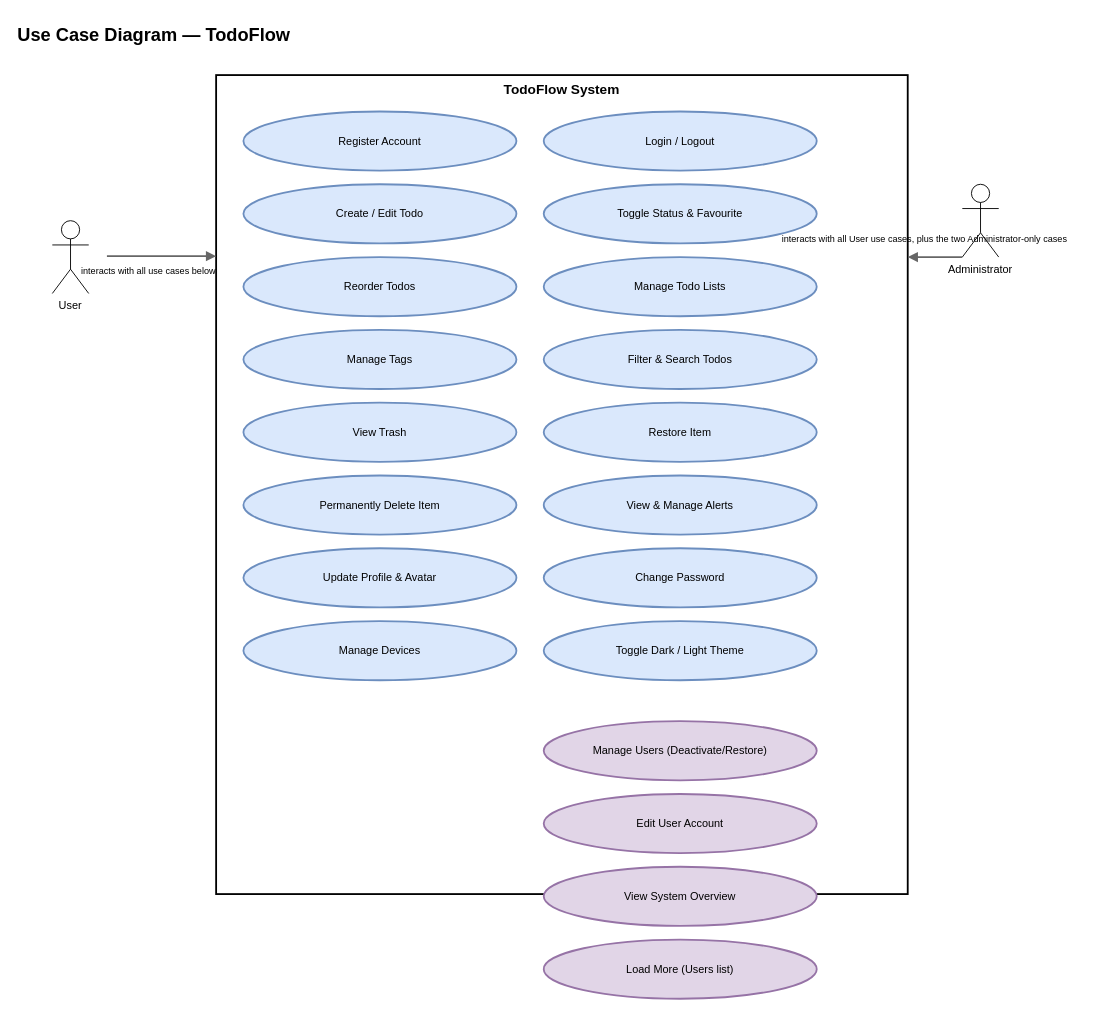
This is ProjectDocs/drawio/fig_3_4_use_case.drawio from Wuninsu/my-todo, a draw.io file, before an edit. Source tidied: cells renumbered, new cells numbered last; positions are measured from the earlier drawing's top-left corner, leaving out a move shared by most shapes. Both pictures are drawn from the tidied source at 91%, with x=0, y=0 at pixel (15, 15).
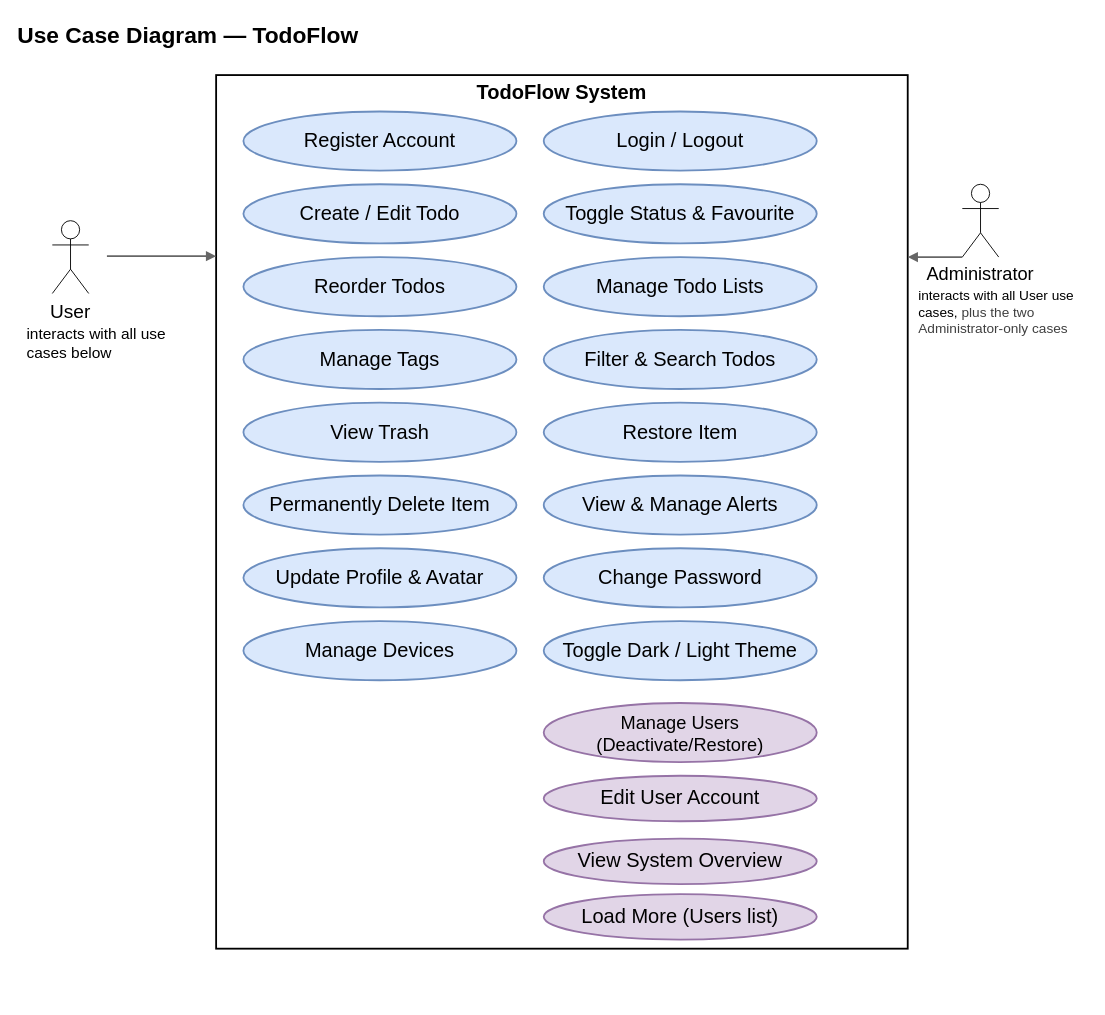
The same diagram, later.

What changed in the source:
```diff
@@
-    <mxCell id="2" value="Use Case Diagram — TodoFlow" style="text;html=1;align=left;verticalAlign=middle;fontSize=20;fontStyle=1;" parent="1" vertex="1">
+    <mxCell id="2" value="Use Case Diagram — TodoFlow" style="text;html=1;align=left;verticalAlign=middle;fontSize=25;fontStyle=1;" parent="1" vertex="1">
       <mxGeometry width="900" height="40" as="geometry" />
     </mxCell>
-    <mxCell id="3" value="TodoFlow System" style="rounded=0;whiteSpace=wrap;html=1;fillColor=none;strokeColor=#000000;verticalAlign=top;align=center;fontSize=15;strokeWidth=2;fontStyle=1;" parent="1" vertex="1">
-      <mxGeometry x="220" y="65" width="760" height="900" as="geometry" />
+    <mxCell id="3" value="&lt;font style=&quot;font-size: 22px;&quot;&gt;TodoFlow System&lt;/font&gt;" style="rounded=0;whiteSpace=wrap;html=1;fillColor=none;strokeColor=#000000;verticalAlign=top;align=center;fontSize=15;strokeWidth=2;fontStyle=1;" parent="1" vertex="1">
+      <mxGeometry x="220" y="65" width="760" height="960" as="geometry" />
     </mxCell>
-    <mxCell id="4" value="User" style="shape=umlActor;whiteSpace=wrap;html=1;fillColor=none;strokeColor=#000000;fontSize=12;verticalLabelPosition=bottom;verticalAlign=top;" parent="1" vertex="1">
+    <mxCell id="4" value="User" style="shape=umlActor;whiteSpace=wrap;html=1;fillColor=none;strokeColor=#000000;fontSize=21;verticalLabelPosition=bottom;verticalAlign=top;" parent="1" vertex="1">
       <mxGeometry x="40" y="225" width="40" height="80" as="geometry" />
     </mxCell>
-    <mxCell id="5" value="Administrator" style="shape=umlActor;whiteSpace=wrap;html=1;fillColor=none;strokeColor=#000000;fontSize=12;verticalLabelPosition=bottom;verticalAlign=top;" parent="1" vertex="1">
+    <mxCell id="5" value="Administrator" style="shape=umlActor;whiteSpace=wrap;html=1;fillColor=none;strokeColor=#000000;fontSize=20;verticalLabelPosition=bottom;verticalAlign=top;" parent="1" vertex="1">
       <mxGeometry x="1040" y="185" width="40" height="80" as="geometry" />
     </mxCell>
-    <mxCell id="6" value="Register Account" style="ellipse;whiteSpace=wrap;html=1;fillColor=#dae8fc;strokeColor=#6c8ebf;fontSize=12;strokeWidth=2;" parent="1" vertex="1">
+    <mxCell id="6" value="Register Account" style="ellipse;whiteSpace=wrap;html=1;fillColor=#dae8fc;strokeColor=#6c8ebf;fontSize=22;strokeWidth=2;" parent="1" vertex="1">
       <mxGeometry x="250" y="105" width="300" height="65" as="geometry" />
     </mxCell>
-    <mxCell id="7" value="Login / Logout" style="ellipse;whiteSpace=wrap;html=1;fillColor=#dae8fc;strokeColor=#6c8ebf;fontSize=12;strokeWidth=2;" parent="1" vertex="1">
+    <mxCell id="7" value="Login / Logout" style="ellipse;whiteSpace=wrap;html=1;fillColor=#dae8fc;strokeColor=#6c8ebf;fontSize=22;strokeWidth=2;" parent="1" vertex="1">
       <mxGeometry x="580" y="105" width="300" height="65" as="geometry" />
     </mxCell>
-    <mxCell id="8" value="Create / Edit Todo" style="ellipse;whiteSpace=wrap;html=1;fillColor=#dae8fc;strokeColor=#6c8ebf;fontSize=12;strokeWidth=2;" parent="1" vertex="1">
+    <mxCell id="8" value="Create / Edit Todo" style="ellipse;whiteSpace=wrap;html=1;fillColor=#dae8fc;strokeColor=#6c8ebf;fontSize=22;strokeWidth=2;" parent="1" vertex="1">
       <mxGeometry x="250" y="185" width="300" height="65" as="geometry" />
     </mxCell>
-    <mxCell id="9" value="Toggle Status &amp; Favourite" style="ellipse;whiteSpace=wrap;html=1;fillColor=#dae8fc;strokeColor=#6c8ebf;fontSize=12;strokeWidth=2;" parent="1" vertex="1">
+    <mxCell id="9" value="Toggle Status &amp;amp; Favourite" style="ellipse;whiteSpace=wrap;html=1;fillColor=#dae8fc;strokeColor=#6c8ebf;fontSize=22;strokeWidth=2;" parent="1" vertex="1">
       <mxGeometry x="580" y="185" width="300" height="65" as="geometry" />
     </mxCell>
-    <mxCell id="10" value="Reorder Todos" style="ellipse;whiteSpace=wrap;html=1;fillColor=#dae8fc;strokeColor=#6c8ebf;fontSize=12;strokeWidth=2;" parent="1" vertex="1">
+    <mxCell id="10" value="Reorder Todos" style="ellipse;whiteSpace=wrap;html=1;fillColor=#dae8fc;strokeColor=#6c8ebf;fontSize=22;strokeWidth=2;" parent="1" vertex="1">
       <mxGeometry x="250" y="265" width="300" height="65" as="geometry" />
     </mxCell>
-    <mxCell id="11" value="Manage Todo Lists" style="ellipse;whiteSpace=wrap;html=1;fillColor=#dae8fc;strokeColor=#6c8ebf;fontSize=12;strokeWidth=2;" parent="1" vertex="1">
+    <mxCell id="11" value="Manage Todo Lists" style="ellipse;whiteSpace=wrap;html=1;fillColor=#dae8fc;strokeColor=#6c8ebf;fontSize=22;strokeWidth=2;" parent="1" vertex="1">
       <mxGeometry x="580" y="265" width="300" height="65" as="geometry" />
     </mxCell>
-    <mxCell id="12" value="Manage Tags" style="ellipse;whiteSpace=wrap;html=1;fillColor=#dae8fc;strokeColor=#6c8ebf;fontSize=12;strokeWidth=2;" parent="1" vertex="1">
+    <mxCell id="12" value="Manage Tags" style="ellipse;whiteSpace=wrap;html=1;fillColor=#dae8fc;strokeColor=#6c8ebf;fontSize=22;strokeWidth=2;" parent="1" vertex="1">
       <mxGeometry x="250" y="345" width="300" height="65" as="geometry" />
     </mxCell>
-    <mxCell id="13" value="Filter &amp; Search Todos" style="ellipse;whiteSpace=wrap;html=1;fillColor=#dae8fc;strokeColor=#6c8ebf;fontSize=12;strokeWidth=2;" parent="1" vertex="1">
+    <mxCell id="13" value="Filter &amp;amp; Search Todos" style="ellipse;whiteSpace=wrap;html=1;fillColor=#dae8fc;strokeColor=#6c8ebf;fontSize=22;strokeWidth=2;" parent="1" vertex="1">
       <mxGeometry x="580" y="345" width="300" height="65" as="geometry" />
     </mxCell>
-    <mxCell id="14" value="View Trash" style="ellipse;whiteSpace=wrap;html=1;fillColor=#dae8fc;strokeColor=#6c8ebf;fontSize=12;strokeWidth=2;" parent="1" vertex="1">
+    <mxCell id="14" value="View Trash" style="ellipse;whiteSpace=wrap;html=1;fillColor=#dae8fc;strokeColor=#6c8ebf;fontSize=22;strokeWidth=2;" parent="1" vertex="1">
       <mxGeometry x="250" y="425" width="300" height="65" as="geometry" />
     </mxCell>
-    <mxCell id="15" value="Restore Item" style="ellipse;whiteSpace=wrap;html=1;fillColor=#dae8fc;strokeColor=#6c8ebf;fontSize=12;strokeWidth=2;" parent="1" vertex="1">
+    <mxCell id="15" value="Restore Item" style="ellipse;whiteSpace=wrap;html=1;fillColor=#dae8fc;strokeColor=#6c8ebf;fontSize=22;strokeWidth=2;" parent="1" vertex="1">
       <mxGeometry x="580" y="425" width="300" height="65" as="geometry" />
     </mxCell>
-    <mxCell id="16" value="Permanently Delete Item" style="ellipse;whiteSpace=wrap;html=1;fillColor=#dae8fc;strokeColor=#6c8ebf;fontSize=12;strokeWidth=2;" parent="1" vertex="1">
+    <mxCell id="16" value="Permanently Delete Item" style="ellipse;whiteSpace=wrap;html=1;fillColor=#dae8fc;strokeColor=#6c8ebf;fontSize=22;strokeWidth=2;" parent="1" vertex="1">
       <mxGeometry x="250" y="505" width="300" height="65" as="geometry" />
     </mxCell>
-    <mxCell id="17" value="View &amp; Manage Alerts" style="ellipse;whiteSpace=wrap;html=1;fillColor=#dae8fc;strokeColor=#6c8ebf;fontSize=12;strokeWidth=2;" parent="1" vertex="1">
+    <mxCell id="17" value="View &amp;amp; Manage Alerts" style="ellipse;whiteSpace=wrap;html=1;fillColor=#dae8fc;strokeColor=#6c8ebf;fontSize=22;strokeWidth=2;" parent="1" vertex="1">
       <mxGeometry x="580" y="505" width="300" height="65" as="geometry" />
     </mxCell>
-    <mxCell id="18" value="Update Profile &amp; Avatar" style="ellipse;whiteSpace=wrap;html=1;fillColor=#dae8fc;strokeColor=#6c8ebf;fontSize=12;strokeWidth=2;" parent="1" vertex="1">
+    <mxCell id="18" value="Update Profile &amp;amp; Avatar" style="ellipse;whiteSpace=wrap;html=1;fillColor=#dae8fc;strokeColor=#6c8ebf;fontSize=22;strokeWidth=2;" parent="1" vertex="1">
       <mxGeometry x="250" y="585" width="300" height="65" as="geometry" />
     </mxCell>
-    <mxCell id="19" value="Change Password" style="ellipse;whiteSpace=wrap;html=1;fillColor=#dae8fc;strokeColor=#6c8ebf;fontSize=12;strokeWidth=2;" parent="1" vertex="1">
+    <mxCell id="19" value="Change Password" style="ellipse;whiteSpace=wrap;html=1;fillColor=#dae8fc;strokeColor=#6c8ebf;fontSize=22;strokeWidth=2;" parent="1" vertex="1">
       <mxGeometry x="580" y="585" width="300" height="65" as="geometry" />
     </mxCell>
-    <mxCell id="20" value="Manage Devices" style="ellipse;whiteSpace=wrap;html=1;fillColor=#dae8fc;strokeColor=#6c8ebf;fontSize=12;strokeWidth=2;" parent="1" vertex="1">
+    <mxCell id="20" value="Manage Devices" style="ellipse;whiteSpace=wrap;html=1;fillColor=#dae8fc;strokeColor=#6c8ebf;fontSize=22;strokeWidth=2;" parent="1" vertex="1">
       <mxGeometry x="250" y="665" width="300" height="65" as="geometry" />
     </mxCell>
-    <mxCell id="21" value="Toggle Dark / Light Theme" style="ellipse;whiteSpace=wrap;html=1;fillColor=#dae8fc;strokeColor=#6c8ebf;fontSize=12;strokeWidth=2;" parent="1" vertex="1">
+    <mxCell id="21" value="Toggle Dark / Light Theme" style="ellipse;whiteSpace=wrap;html=1;fillColor=#dae8fc;strokeColor=#6c8ebf;fontSize=22;strokeWidth=2;" parent="1" vertex="1">
       <mxGeometry x="580" y="665" width="300" height="65" as="geometry" />
     </mxCell>
-    <mxCell id="22" value="Manage Users (Deactivate/Restore)" style="ellipse;whiteSpace=wrap;html=1;fillColor=#e1d5e7;strokeColor=#9673a6;fontSize=12;strokeWidth=2;" parent="1" vertex="1">
-      <mxGeometry x="580" y="775" width="300" height="65" as="geometry" />
+    <mxCell id="22" value="Manage Users (Deactivate/Restore)" style="ellipse;whiteSpace=wrap;html=1;fillColor=#e1d5e7;strokeColor=#9673a6;fontSize=20;strokeWidth=2;" parent="1" vertex="1">
+      <mxGeometry x="580" y="755" width="300" height="65" as="geometry" />
     </mxCell>
-    <mxCell id="23" value="Edit User Account" style="ellipse;whiteSpace=wrap;html=1;fillColor=#e1d5e7;strokeColor=#9673a6;fontSize=12;strokeWidth=2;" parent="1" vertex="1">
-      <mxGeometry x="580" y="855" width="300" height="65" as="geometry" />
+    <mxCell id="23" value="Edit User Account" style="ellipse;whiteSpace=wrap;html=1;fillColor=#e1d5e7;strokeColor=#9673a6;fontSize=22;strokeWidth=2;" parent="1" vertex="1">
+      <mxGeometry x="580" y="835" width="300" height="50" as="geometry" />
     </mxCell>
-    <mxCell id="24" value="View System Overview" style="ellipse;whiteSpace=wrap;html=1;fillColor=#e1d5e7;strokeColor=#9673a6;fontSize=12;strokeWidth=2;" parent="1" vertex="1">
-      <mxGeometry x="580" y="935" width="300" height="65" as="geometry" />
+    <mxCell id="24" value="View System Overview" style="ellipse;whiteSpace=wrap;html=1;fillColor=#e1d5e7;strokeColor=#9673a6;fontSize=22;strokeWidth=2;" parent="1" vertex="1">
+      <mxGeometry x="580" y="904" width="300" height="50" as="geometry" />
     </mxCell>
-    <mxCell id="25" value="Load More (Users list)" style="ellipse;whiteSpace=wrap;html=1;fillColor=#e1d5e7;strokeColor=#9673a6;fontSize=12;strokeWidth=2;" parent="1" vertex="1">
-      <mxGeometry x="580" y="1015" width="300" height="65" as="geometry" />
+    <mxCell id="25" value="Load More (Users list)" style="ellipse;whiteSpace=wrap;html=1;fillColor=#e1d5e7;strokeColor=#9673a6;fontSize=22;strokeWidth=2;" parent="1" vertex="1">
+      <mxGeometry x="580" y="965" width="300" height="50" as="geometry" />
     </mxCell>
@@
-    <mxCell id="28" value="interacts with all use cases below" style="text;html=1;align=left;verticalAlign=middle;fontSize=10;" parent="1" vertex="1">
-      <mxGeometry x="70" y="265" width="220" height="30" as="geometry" />
+    <mxCell id="28" value="interacts with all use&amp;nbsp;&lt;div&gt;cases below&lt;/div&gt;" style="text;html=1;align=left;verticalAlign=middle;fontSize=17;" parent="1" vertex="1">
+      <mxGeometry x="10" y="345" width="160" height="30" as="geometry" />
     </mxCell>
-    <mxCell id="29" value="interacts with all User use cases, plus the two Administrator-only cases" style="text;html=1;align=left;verticalAlign=middle;fontSize=10;" parent="1" vertex="1">
-      <mxGeometry x="840" y="225" width="240" height="40" as="geometry" />
+    <mxCell id="29" value="interacts with all User use&amp;nbsp;&lt;div&gt;cases,&amp;nbsp;&lt;span style=&quot;color: rgb(63, 63, 63); background-color: transparent;&quot;&gt;plus the two&amp;nbsp;&lt;/span&gt;&lt;/div&gt;&lt;div&gt;&lt;span style=&quot;color: rgb(63, 63, 63); background-color: transparent;&quot;&gt;Administrator-only cases&lt;/span&gt;&lt;/div&gt;" style="text;html=1;align=left;verticalAlign=middle;fontSize=15;" parent="1" vertex="1">
+      <mxGeometry x="990" y="305" width="190" height="40" as="geometry" />
     </mxCell>
```
